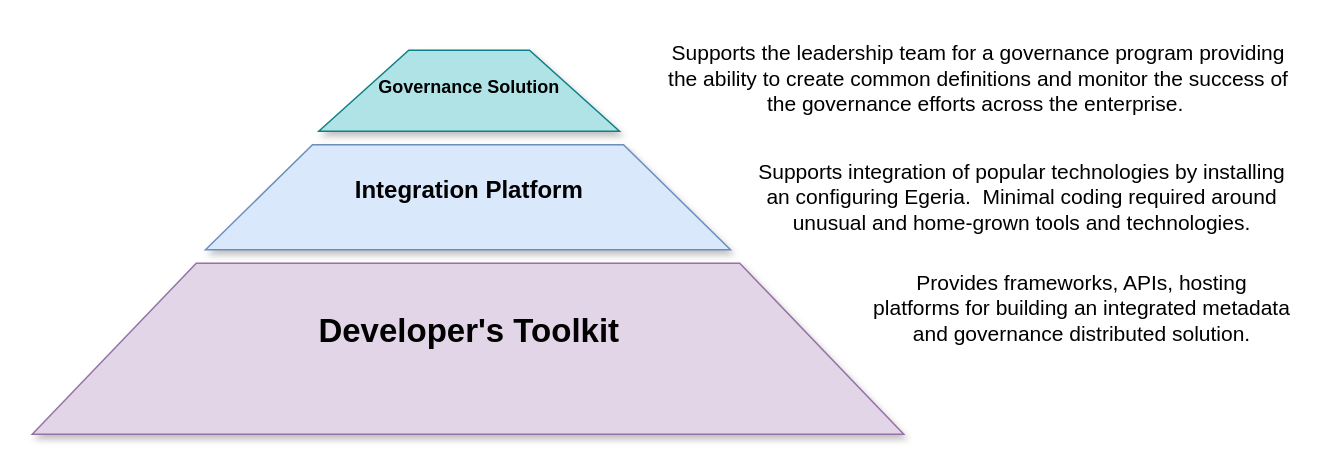
This is page "overview" (1 of 5) of open-metadata-publication/website/roadmap/egeria-status.drawio from planetf1/egeria, a draw.io file, before an edit. Source tidied: cells renumbered, new cells numbered last; positions are measured from the earlier drawing's top-left corner, leaving out a move shared by most shapes. Both pictures are drawn from the tidied source at 150%, with x=0, y=0 at pixel (32, 26).
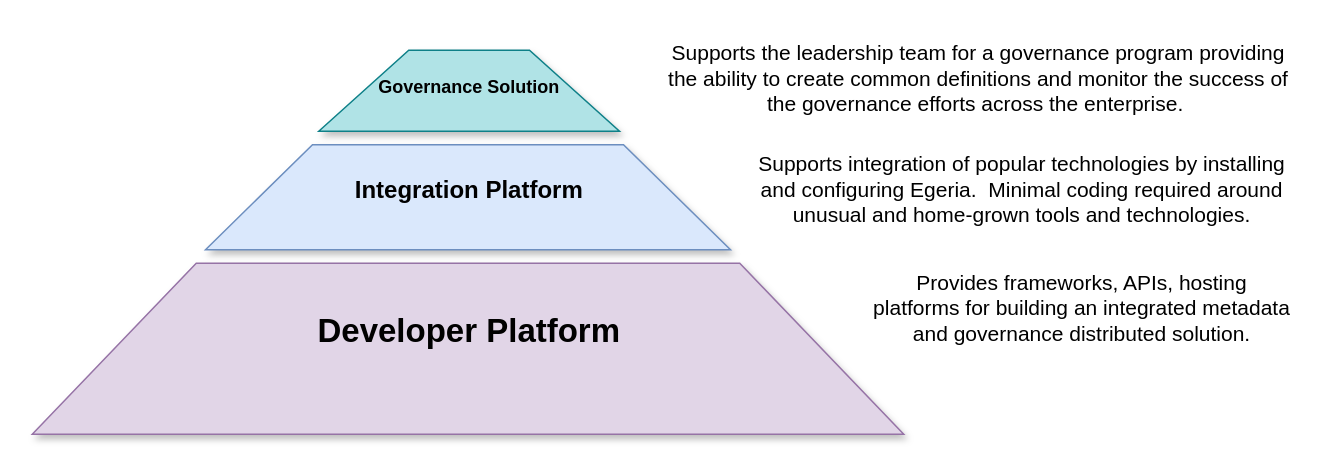
The same page after the edit.

Change to the diagram source:
```diff
@@
 <mxGraphModel>
   <root>
     <mxCell id="0" />
     <mxCell id="1" parent="0" />
     <mxCell id="2" style="shape=trapezoid;perimeter=trapezoidPerimeter;whiteSpace=wrap;html=1;size=0.18818129661503155;fillColor=#e1d5e7;strokeColor=#9673a6;shadow=1;" parent="1" vertex="1">
       <mxGeometry y="158" width="581" height="114" as="geometry" />
     </mxCell>
     <mxCell id="3" style="shape=trapezoid;perimeter=trapezoidPerimeter;whiteSpace=wrap;html=1;size=0.2038095238095238;fillColor=#dae8fc;strokeColor=#6c8ebf;shadow=1;" parent="1" vertex="1">
       <mxGeometry x="115.5" y="79" width="350" height="70" as="geometry" />
     </mxCell>
     <mxCell id="4" style="shape=trapezoid;perimeter=trapezoidPerimeter;whiteSpace=wrap;html=1;size=0.29925187032418954;fillColor=#b0e3e6;strokeColor=#0e8088;shadow=1;fontSize=12;" parent="1" vertex="1">
       <mxGeometry x="191" y="16" width="200.5" height="54" as="geometry" />
     </mxCell>
     <mxCell id="5" value="Governance Solution" style="text;html=1;align=center;verticalAlign=middle;fontSize=12;fontStyle=1;" parent="1" vertex="1">
       <mxGeometry x="220.5" y="31" width="140" height="20" as="geometry" />
     </mxCell>
-    <mxCell id="6" value="Developer's Toolkit" style="text;html=1;align=center;verticalAlign=middle;fontSize=22;fontStyle=1;shadow=0;rounded=1;" parent="1" vertex="1">
+    <mxCell id="6" value="Developer Platform" style="text;html=1;align=center;verticalAlign=middle;fontSize=22;fontStyle=1;shadow=0;rounded=1;" parent="1" vertex="1">
       <mxGeometry x="180.5" y="189" width="220" height="30" as="geometry" />
     </mxCell>
     <mxCell id="7" value="Integration Platform" style="text;html=1;align=center;verticalAlign=middle;fontSize=16;fontStyle=1;" parent="1" vertex="1">
       <mxGeometry x="205.5" y="99" width="170" height="20" as="geometry" />
     </mxCell>
     <mxCell id="8" value="Supports the leadership team for a governance program providing the ability to create common definitions and monitor the success of the governance efforts across the enterprise.&amp;nbsp;" style="text;html=1;strokeColor=none;fillColor=none;align=center;verticalAlign=middle;whiteSpace=wrap;rounded=0;shadow=0;glass=1;fontSize=14;fontColor=#000000;opacity=50;" parent="1" vertex="1">
       <mxGeometry x="420.5" width="419.5" height="70" as="geometry" />
     </mxCell>
-    <mxCell id="9" value="Supports integration of popular technologies by installing an configuring Egeria.&amp;nbsp; Minimal coding required around unusual and home-grown tools and technologies." style="text;html=1;strokeColor=none;fillColor=none;align=center;verticalAlign=middle;whiteSpace=wrap;rounded=0;shadow=0;glass=1;fontSize=14;fontColor=#000000;opacity=50;" parent="1" vertex="1">
-      <mxGeometry x="480" y="79.2" width="360" height="69.5" as="geometry" />
+    <mxCell id="9" value="Supports integration of popular technologies by installing and configuring Egeria.&amp;nbsp; Minimal coding required around unusual and home-grown tools and technologies." style="text;html=1;strokeColor=none;fillColor=none;align=center;verticalAlign=middle;whiteSpace=wrap;rounded=0;shadow=0;glass=1;fontSize=14;fontColor=#000000;opacity=50;" parent="1" vertex="1">
+      <mxGeometry x="480" y="74.2" width="360" height="69.5" as="geometry" />
     </mxCell>
     <mxCell id="10" value="Provides frameworks, APIs, hosting platforms for building an integrated metadata and governance distributed solution." style="text;html=1;strokeColor=none;fillColor=none;align=center;verticalAlign=middle;whiteSpace=wrap;rounded=0;shadow=0;glass=1;fontSize=14;fontColor=#000000;opacity=50;" parent="1" vertex="1">
       <mxGeometry x="560" y="149" width="280" height="77" as="geometry" />
     </mxCell>
   </root>
 </mxGraphModel>
```
